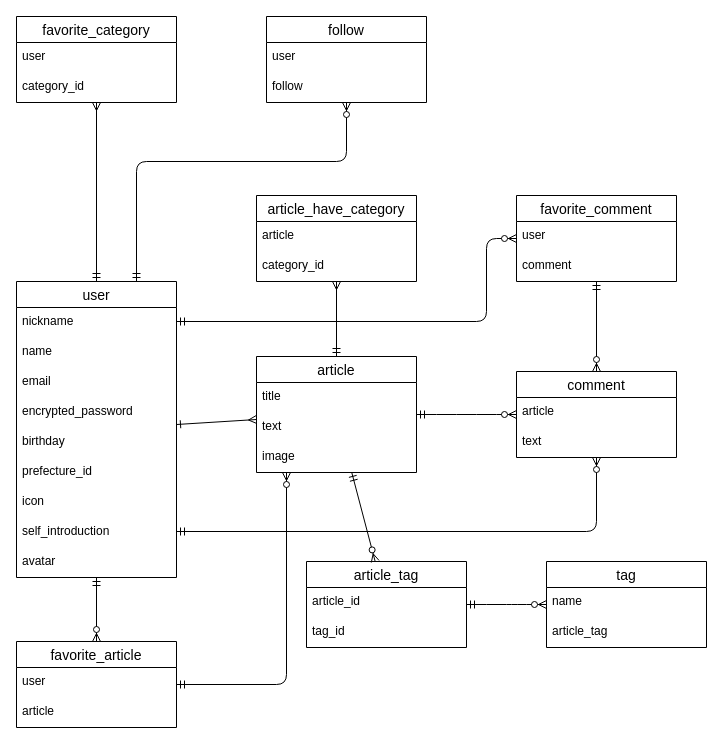
Earlier version of the draw.io diagram ER図.dio (mao3329/watch_world). Source tidied: cells renumbered, new cells numbered last; positions are measured from the earlier drawing's top-left corner, leaving out a move shared by most shapes. Both pictures are drawn from the tidied source at 100%, with x=0, y=0 at pixel (16, 16).
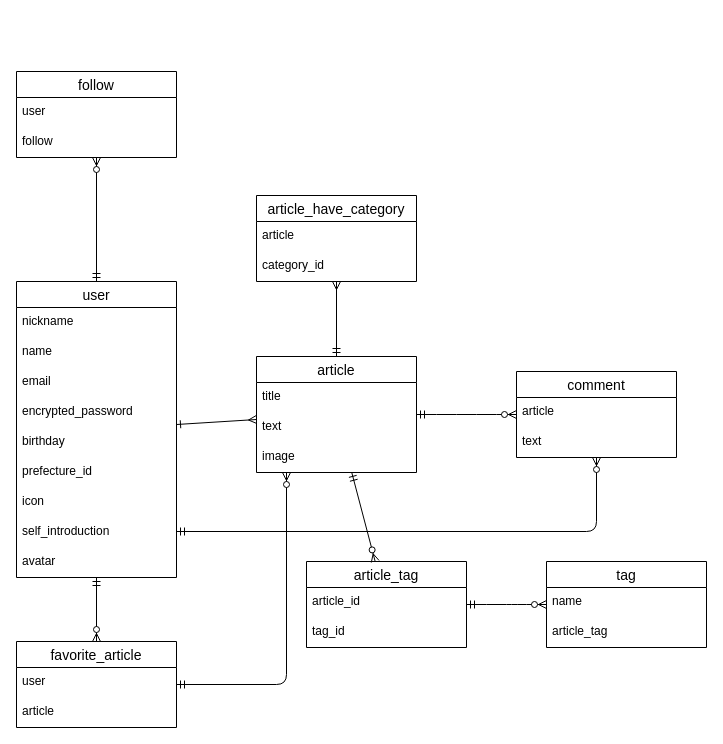
Above is the later version.

Unchanged cells that the change refers to:
```xml
<mxCell id="2" value="user" style="swimlane;fontStyle=0;horizontal=1;startSize=26;align=center;fontSize=14;" parent="1" vertex="1">
  <mxGeometry y="265" width="160" height="296" as="geometry" />
</mxCell>
<mxCell id="30" value="comment" style="swimlane;fontStyle=0;horizontal=1;startSize=26;align=center;fontSize=14;" parent="1" vertex="1">
  <mxGeometry x="500" y="355" width="160" height="86" as="geometry" />
</mxCell>
```

The edit, as a diff of the source:
```diff
@@
-    <mxCell id="18" value="favorite_category" style="swimlane;fontStyle=0;horizontal=1;startSize=26;align=center;fontSize=14;" parent="1" vertex="1">
-      <mxGeometry width="160" height="86" as="geometry" />
-    </mxCell>
-    <mxCell id="19" value="user" style="text;strokeColor=none;fillColor=none;spacingLeft=4;spacingRight=4;overflow=hidden;fontSize=12;" parent="18" vertex="1">
-      <mxGeometry y="26" width="160" height="30" as="geometry" />
-    </mxCell>
-    <mxCell id="20" value="category_id" style="text;strokeColor=none;fillColor=none;spacingLeft=4;spacingRight=4;overflow=hidden;fontSize=12;" parent="18" vertex="1">
-      <mxGeometry y="56" width="160" height="30" as="geometry" />
-    </mxCell>
-    <mxCell id="21" style="fontSize=12;html=1;endArrow=ERmany;startArrow=ERmandOne;startFill=0;endFill=0;" parent="1" edge="1" source="2" target="18">
-      <mxGeometry relative="1" as="geometry" />
-    </mxCell>
@@
-    <mxCell id="35" value="favorite_comment" style="swimlane;fontStyle=0;horizontal=1;startSize=26;align=center;fontSize=14;" parent="1" vertex="1">
-      <mxGeometry x="500" y="179" width="160" height="86" as="geometry" />
-    </mxCell>
-    <mxCell id="36" value="user" style="text;strokeColor=none;fillColor=none;spacingLeft=4;spacingRight=4;overflow=hidden;fontSize=12;" parent="35" vertex="1">
-      <mxGeometry y="26" width="160" height="30" as="geometry" />
-    </mxCell>
-    <mxCell id="37" value="comment" style="text;strokeColor=none;fillColor=none;spacingLeft=4;spacingRight=4;overflow=hidden;fontSize=12;" parent="35" vertex="1">
-      <mxGeometry y="56" width="160" height="30" as="geometry" />
-    </mxCell>
-    <mxCell id="38" style="edgeStyle=orthogonalEdgeStyle;fontSize=12;html=1;endArrow=ERzeroToMany;startArrow=ERmandOne;" parent="1" edge="1" source="2" target="35">
-      <mxGeometry relative="1" as="geometry">
-        <Array as="points">
-          <mxPoint x="470" y="305" />
-          <mxPoint x="470" y="222" />
-        </Array>
-      </mxGeometry>
-    </mxCell>
-    <mxCell id="39" style="fontSize=12;html=1;endArrow=ERzeroToMany;startArrow=ERmandOne;" parent="1" edge="1" source="35" target="30">
-      <mxGeometry relative="1" as="geometry" />
-    </mxCell>
     <mxCell id="40" value="follow" style="swimlane;fontStyle=0;horizontal=1;startSize=26;align=center;fontSize=14;" parent="1" vertex="1">
-      <mxGeometry x="250" width="160" height="86" as="geometry" />
+      <mxGeometry y="55" width="160" height="86" as="geometry" />
     </mxCell>
@@
-    <mxCell id="43" style="fontSize=12;html=1;endArrow=ERzeroToMany;startArrow=ERmandOne;exitX=0.75;exitY=0;exitDx=0;exitDy=0;" parent="1" edge="1" source="2" target="40">
-      <mxGeometry relative="1" as="geometry">
-        <Array as="points">
-          <mxPoint x="120" y="145" />
-          <mxPoint x="330" y="145" />
-        </Array>
-      </mxGeometry>
+    <mxCell id="43" style="fontSize=12;html=1;endArrow=ERzeroToMany;startArrow=ERmandOne;" parent="1" edge="1" source="2" target="40">
+      <mxGeometry relative="1" as="geometry" />
     </mxCell>
```
